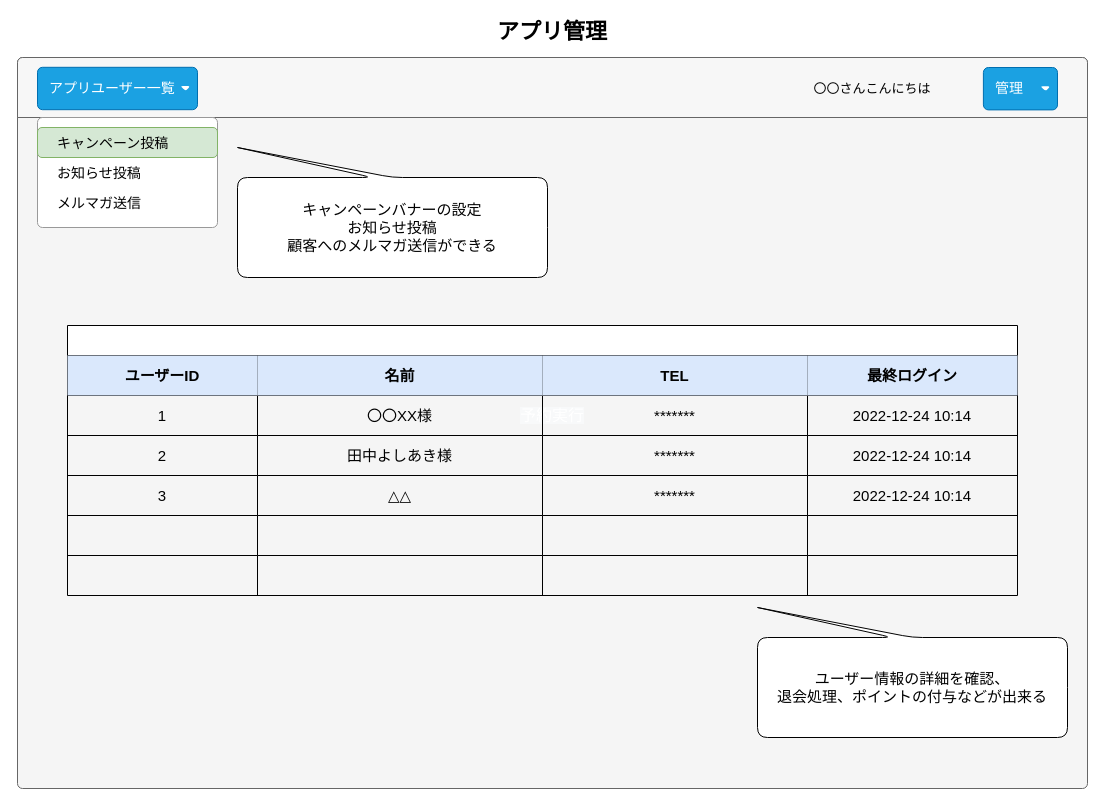
Earlier version of the draw.io diagram page "ホテルアプリ管理" (5 of 5) of document/4.画面設計.dio (en-gine/heiwadai_server). Source tidied: cells renumbered, new cells numbered last; positions are measured from the earlier drawing's top-left corner, leaving out a move shared by most shapes. Both pictures are drawn from the tidied source at 100%, with x=0, y=0 at pixel (17, 17).
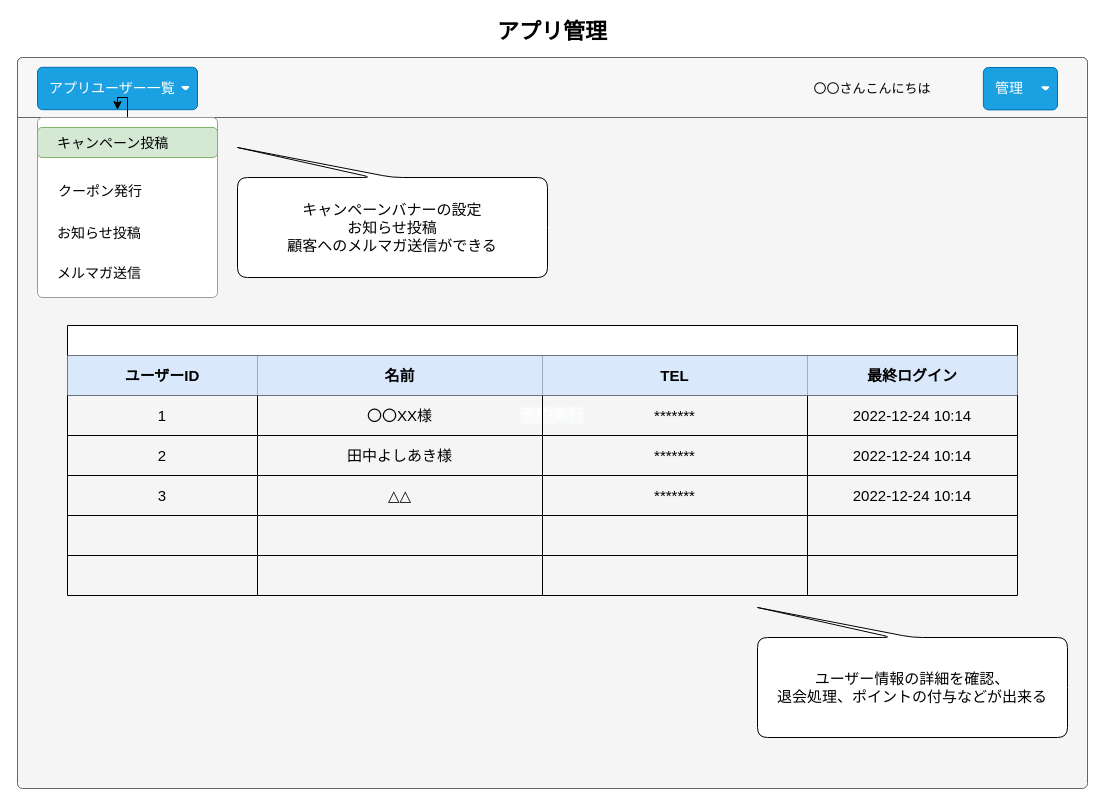
Above is the later version.

Unchanged cells that the change refers to:
```xml
<mxCell id="2" value="&#10;&lt;span style=&quot;color: rgb(255, 255, 255); font-family: Helvetica; font-size: 16px; font-style: normal; font-variant-ligatures: normal; font-variant-caps: normal; font-weight: 400; letter-spacing: normal; orphans: 2; text-align: center; text-indent: 0px; text-transform: none; widows: 2; word-spacing: 0px; -webkit-text-stroke-width: 0px; background-color: rgb(248, 249, 250); text-decoration-thickness: initial; text-decoration-style: initial; text-decoration-color: initial; float: none; display: inline !important;&quot;&gt;予約実行&lt;/span&gt;&#10;&#10;" style="html=1;shadow=0;dashed=0;shape=mxgraph.bootstrap.rrect;rSize=5;strokeColor=#666666;html=1;whiteSpace=wrap;fillColor=#f5f5f5;fontColor=#333333;rounded=1;fontSize=13;" parent="1" vertex="1">
  <mxGeometry y="40" width="1070" height="731" as="geometry" />
</mxCell>
<mxCell id="7" value="アプリユーザー一覧" style="html=1;shadow=0;dashed=0;shape=mxgraph.bootstrap.rrect;rSize=5;strokeColor=#006EAF;strokeWidth=1;fillColor=#1ba1e2;fontColor=#ffffff;whiteSpace=wrap;align=left;verticalAlign=middle;fontStyle=0;fontSize=14;spacingLeft=10;rounded=1;" parent="2" vertex="1">
  <mxGeometry x="20" y="9.8" width="160" height="42.4" as="geometry" />
</mxCell>
```

What changed in the source:
```diff
@@
+    <mxCell id="47" style="edgeStyle=orthogonalEdgeStyle;rounded=0;jettySize=auto;html=1;" parent="2" edge="1" source="9" target="7">
+      <mxGeometry relative="1" as="geometry" />
+    </mxCell>
+    <mxCell id="48" style="edgeStyle=orthogonalEdgeStyle;rounded=0;jettySize=auto;html=1;" parent="2" edge="1" source="9" target="7">
+      <mxGeometry relative="1" as="geometry" />
+    </mxCell>
     <mxCell id="9" style="html=1;shadow=0;dashed=0;shape=mxgraph.bootstrap.rrect;rSize=5;fillColor=#ffffff;strokeColor=#999999;rounded=1;fontSize=13;fontColor=#000000;" parent="2" vertex="1">
-      <mxGeometry x="20" y="60" width="180" height="110" as="geometry" />
+      <mxGeometry x="20" y="60" width="180" height="180" as="geometry" />
     </mxCell>
@@
     <mxCell id="11" value="お知らせ投稿" style="fillColor=none;strokeColor=none;align=left;spacing=20;fontSize=14;rounded=1;fontColor=#000000;" parent="9" vertex="1">
       <mxGeometry width="170" height="30" relative="1" as="geometry">
-        <mxPoint y="40" as="offset" />
+        <mxPoint y="100" as="offset" />
       </mxGeometry>
     </mxCell>
     <mxCell id="12" value="メルマガ送信" style="fillColor=none;strokeColor=none;align=left;spacing=20;fontSize=14;rounded=1;fontColor=#000000;" parent="9" vertex="1">
       <mxGeometry width="170" height="30" relative="1" as="geometry">
-        <mxPoint y="70" as="offset" />
+        <mxPoint y="140" as="offset" />
       </mxGeometry>
     </mxCell>
+    <mxCell id="49" value="クーポン発行" style="fillColor=none;strokeColor=none;align=left;spacing=20;fontSize=14;rounded=1;fontColor=#000000;" parent="9" vertex="1">
+      <mxGeometry x="1" y="58" width="170" height="30" as="geometry" />
+    </mxCell>
```
